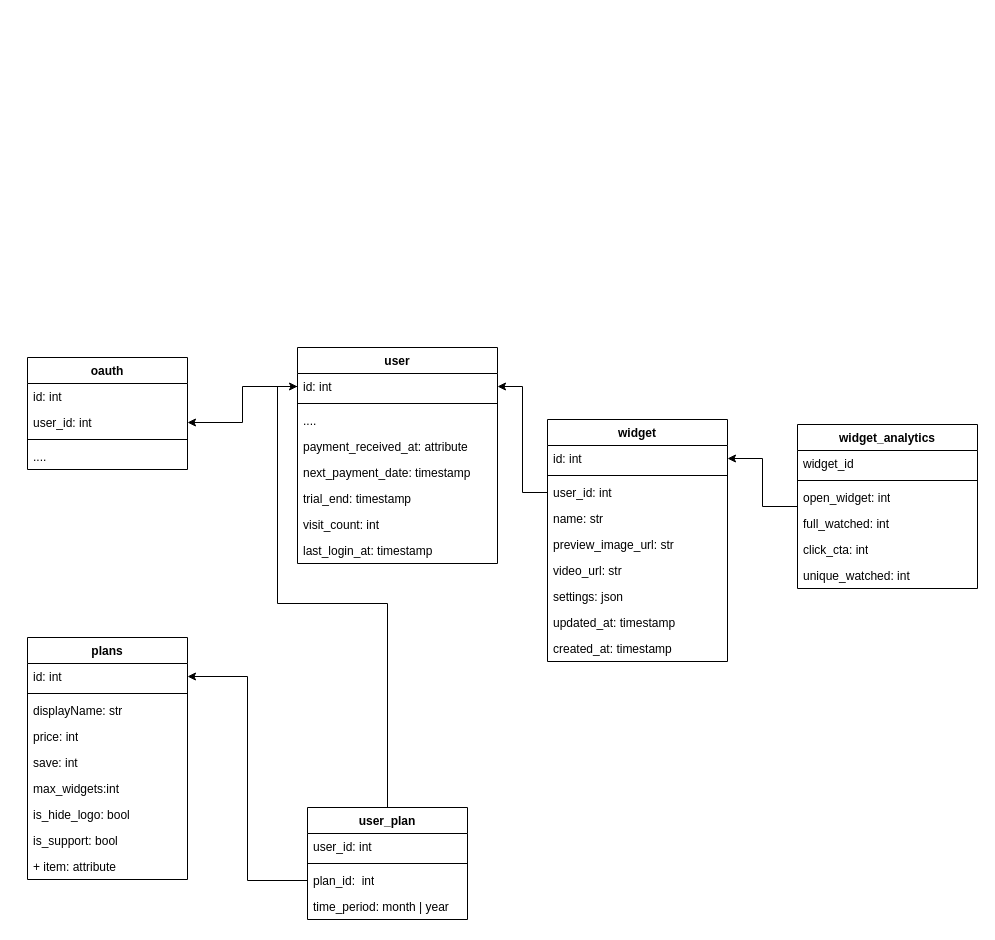
This is backend/Диаграмма без названия.drawio from isbik/trywidget, a draw.io file, before an edit. Source tidied: cells renumbered, new cells numbered last; positions are measured from the earlier drawing's top-left corner, leaving out a move shared by most shapes. Both pictures are drawn from the tidied source at 100%, with x=0, y=0 at pixel (27, 347).
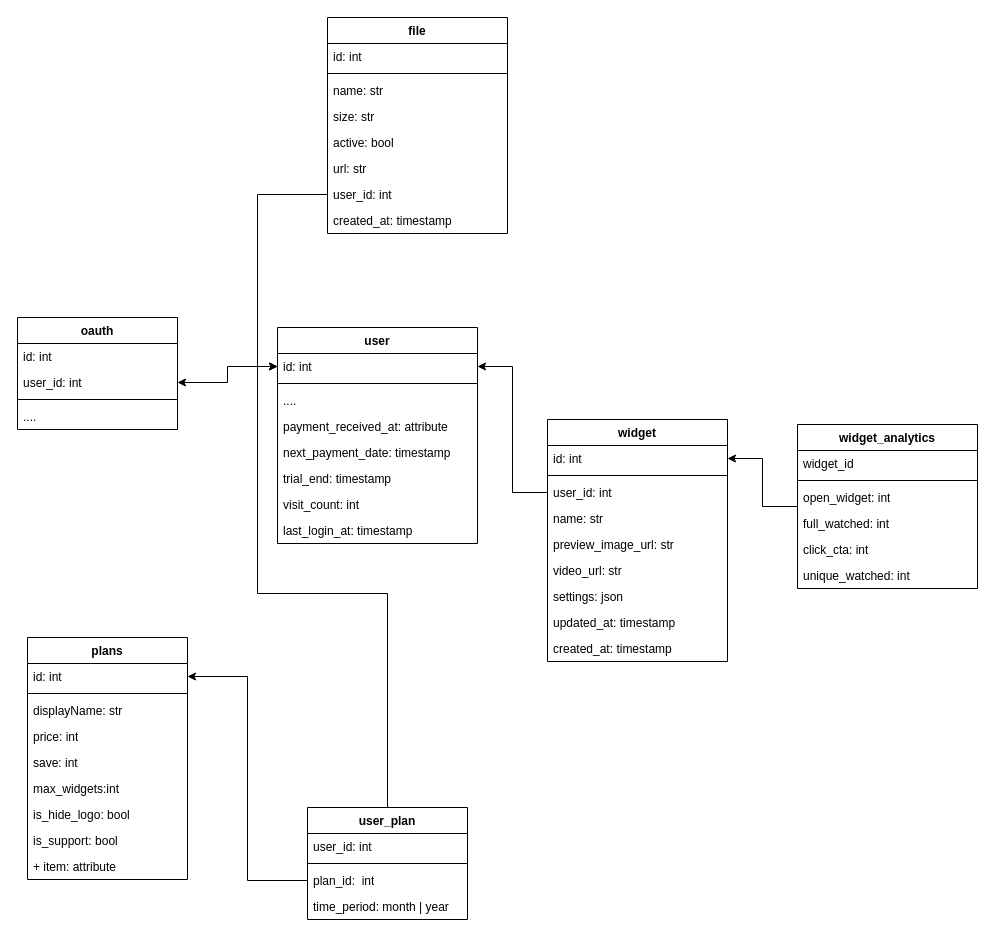
Above is the later version.

The change refers to these unchanged cells:
```xml
<mxCell id="3" value="id: int" style="text;strokeColor=none;fillColor=none;align=left;verticalAlign=top;spacingLeft=4;spacingRight=4;overflow=hidden;points=[[0,0.5],[1,0.5]];portConstraint=eastwest;whiteSpace=wrap;html=1;" parent="2" vertex="1">
  <mxGeometry y="26" width="200" height="26" as="geometry" />
</mxCell>
```

Diff of the diagram source:
```diff
@@
     <mxCell id="2" value="user" style="swimlane;fontStyle=1;align=center;verticalAlign=top;horizontal=1;startSize=26;whiteSpace=wrap;html=1;" parent="1" vertex="1">
-      <mxGeometry x="270" width="200" height="216" as="geometry" />
+      <mxGeometry x="250" y="-20" width="200" height="216" as="geometry" />
     </mxCell>
@@
     <mxCell id="30" value="oauth" style="swimlane;fontStyle=1;align=center;verticalAlign=top;horizontal=1;startSize=26;whiteSpace=wrap;html=1;" parent="1" vertex="1">
-      <mxGeometry y="10" width="160" height="112" as="geometry" />
+      <mxGeometry x="-10" y="-30" width="160" height="112" as="geometry" />
     </mxCell>
@@
+    <mxCell id="53" value="file" style="swimlane;fontStyle=1;align=center;verticalAlign=top;horizontal=1;startSize=26;whiteSpace=wrap;html=1;" parent="1" vertex="1">
+      <mxGeometry x="300" y="-330" width="180" height="216" as="geometry" />
+    </mxCell>
+    <mxCell id="54" value="id: int" style="text;strokeColor=none;fillColor=none;align=left;verticalAlign=top;spacingLeft=4;spacingRight=4;overflow=hidden;whiteSpace=wrap;html=1;" parent="53" vertex="1">
+      <mxGeometry y="26" width="180" height="26" as="geometry" />
+    </mxCell>
+    <mxCell id="55" style="line;strokeWidth=1;fillColor=none;align=left;verticalAlign=middle;spacingTop=-1;spacingLeft=3;spacingRight=3;labelPosition=right;strokeColor=inherit;" parent="53" vertex="1">
+      <mxGeometry y="52" width="180" height="8" as="geometry" />
+    </mxCell>
+    <mxCell id="56" value="name: str" style="text;strokeColor=none;fillColor=none;align=left;verticalAlign=top;spacingLeft=4;spacingRight=4;overflow=hidden;whiteSpace=wrap;html=1;" parent="53" vertex="1">
+      <mxGeometry y="60" width="180" height="26" as="geometry" />
+    </mxCell>
+    <mxCell id="57" value="size: str" style="text;strokeColor=none;fillColor=none;align=left;verticalAlign=top;spacingLeft=4;spacingRight=4;overflow=hidden;whiteSpace=wrap;html=1;" parent="53" vertex="1">
+      <mxGeometry y="86" width="180" height="26" as="geometry" />
+    </mxCell>
+    <mxCell id="58" value="active: bool" style="text;strokeColor=none;fillColor=none;align=left;verticalAlign=top;spacingLeft=4;spacingRight=4;overflow=hidden;whiteSpace=wrap;html=1;" parent="53" vertex="1">
+      <mxGeometry y="112" width="180" height="26" as="geometry" />
+    </mxCell>
+    <mxCell id="59" value="url: str" style="text;strokeColor=none;fillColor=none;align=left;verticalAlign=top;spacingLeft=4;spacingRight=4;overflow=hidden;whiteSpace=wrap;html=1;" parent="53" vertex="1">
+      <mxGeometry y="138" width="180" height="26" as="geometry" />
+    </mxCell>
+    <mxCell id="60" value="user_id: int" style="text;strokeColor=none;fillColor=none;align=left;verticalAlign=top;spacingLeft=4;spacingRight=4;overflow=hidden;points=[[0,0.5],[1,0.5]];portConstraint=eastwest;whiteSpace=wrap;html=1;" parent="53" vertex="1">
+      <mxGeometry y="164" width="180" height="26" as="geometry" />
+    </mxCell>
+    <mxCell id="61" value="created_at: timestamp" style="text;strokeColor=none;fillColor=none;align=left;verticalAlign=top;spacingLeft=4;spacingRight=4;overflow=hidden;whiteSpace=wrap;html=1;" parent="53" vertex="1">
+      <mxGeometry y="190" width="180" height="26" as="geometry" />
+    </mxCell>
+    <mxCell id="62" style="edgeStyle=orthogonalEdgeStyle;rounded=0;jettySize=auto;html=1;exitX=0;exitY=0.5;exitDx=0;exitDy=0;entryX=0;entryY=0.5;entryDx=0;entryDy=0;" parent="1" edge="1" source="60" target="3">
+      <mxGeometry relative="1" as="geometry" />
+    </mxCell>
```
